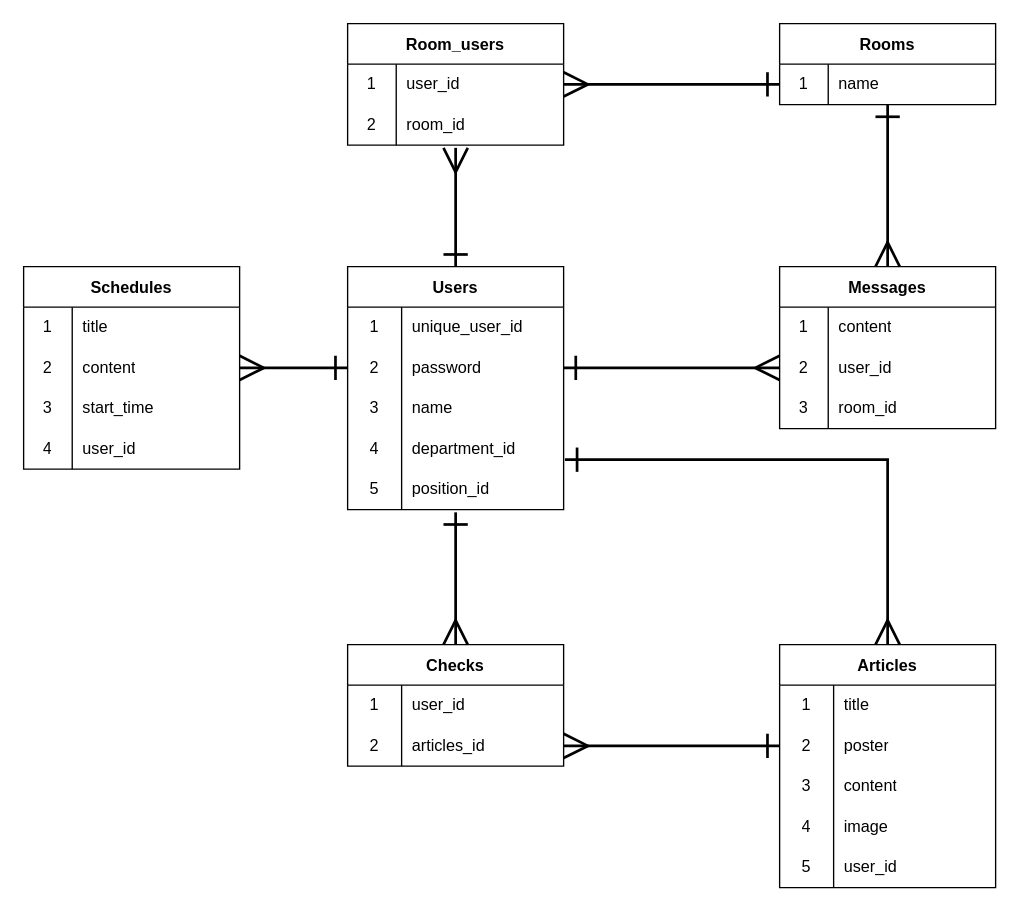
This is er.dio from iwataka123/amaterus, a draw.io file, before an edit. Source tidied: cells renumbered, new cells numbered last; positions are measured from the earlier drawing's top-left corner, leaving out a move shared by most shapes. Both pictures are drawn from the tidied source at 135%, with x=0, y=0 at pixel (23, 23).
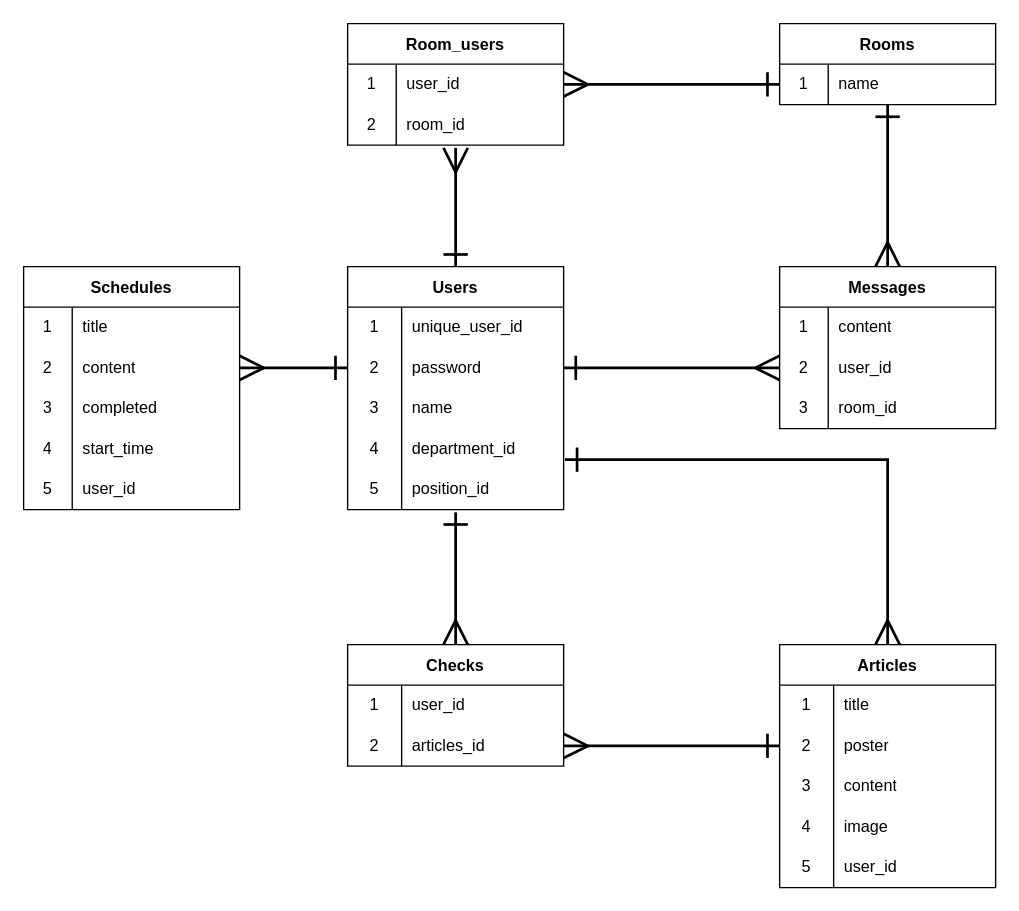
Above is the later version.

The edit, as a diff of the source:
```diff
@@
     <mxCell id="69" value="Schedules" style="shape=table;startSize=30;childLayout=tableLayout;rowLines=0;fontStyle=1;" parent="1" vertex="1">
-      <mxGeometry y="180" width="160" height="150" as="geometry" />
+      <mxGeometry y="180" width="160" height="180" as="geometry" />
     </mxCell>
@@
+    <mxCell id="83" style="shape=tableRow;horizontal=0;startSize=0;swimlaneHead=0;swimlaneBody=0;top=0;left=0;bottom=0;right=0;fillColor=none;" parent="69" vertex="1">
+      <mxGeometry y="90" width="160" height="30" as="geometry" />
+    </mxCell>
+    <mxCell id="84" value="3" style="shape=partialRectangle;html=1;whiteSpace=wrap;fillColor=none;top=0;left=0;bottom=0;right=0;overflow=hidden;" parent="83" vertex="1">
+      <mxGeometry width="36" height="30" as="geometry" />
+    </mxCell>
+    <mxCell id="85" value="completed" style="shape=partialRectangle;html=1;whiteSpace=wrap;fillColor=none;top=0;left=0;bottom=0;right=0;align=left;spacingLeft=6;overflow=hidden;" parent="83" vertex="1">
+      <mxGeometry x="36" width="124" height="30" as="geometry" />
+    </mxCell>
     <mxCell id="76" style="shape=tableRow;horizontal=0;startSize=0;swimlaneHead=0;swimlaneBody=0;top=0;left=0;bottom=0;right=0;fillColor=none;" parent="69" vertex="1">
-      <mxGeometry y="90" width="160" height="30" as="geometry" />
+      <mxGeometry y="120" width="160" height="30" as="geometry" />
     </mxCell>
-    <mxCell id="77" value="3" style="shape=partialRectangle;html=1;whiteSpace=wrap;fillColor=none;top=0;left=0;bottom=0;right=0;overflow=hidden;" parent="76" vertex="1">
+    <mxCell id="77" value="4" style="shape=partialRectangle;html=1;whiteSpace=wrap;fillColor=none;top=0;left=0;bottom=0;right=0;overflow=hidden;" parent="76" vertex="1">
       <mxGeometry width="36" height="30" as="geometry" />
     </mxCell>
@@
     <mxCell id="79" style="shape=tableRow;horizontal=0;startSize=0;swimlaneHead=0;swimlaneBody=0;top=0;left=0;bottom=0;right=0;fillColor=none;" parent="69" vertex="1">
-      <mxGeometry y="120" width="160" height="30" as="geometry" />
+      <mxGeometry y="150" width="160" height="30" as="geometry" />
     </mxCell>
-    <mxCell id="80" value="4" style="shape=partialRectangle;html=1;whiteSpace=wrap;fillColor=none;top=0;left=0;bottom=0;right=0;overflow=hidden;" parent="79" vertex="1">
+    <mxCell id="80" value="5" style="shape=partialRectangle;html=1;whiteSpace=wrap;fillColor=none;top=0;left=0;bottom=0;right=0;overflow=hidden;" parent="79" vertex="1">
       <mxGeometry width="36" height="30" as="geometry" />
     </mxCell>
```
